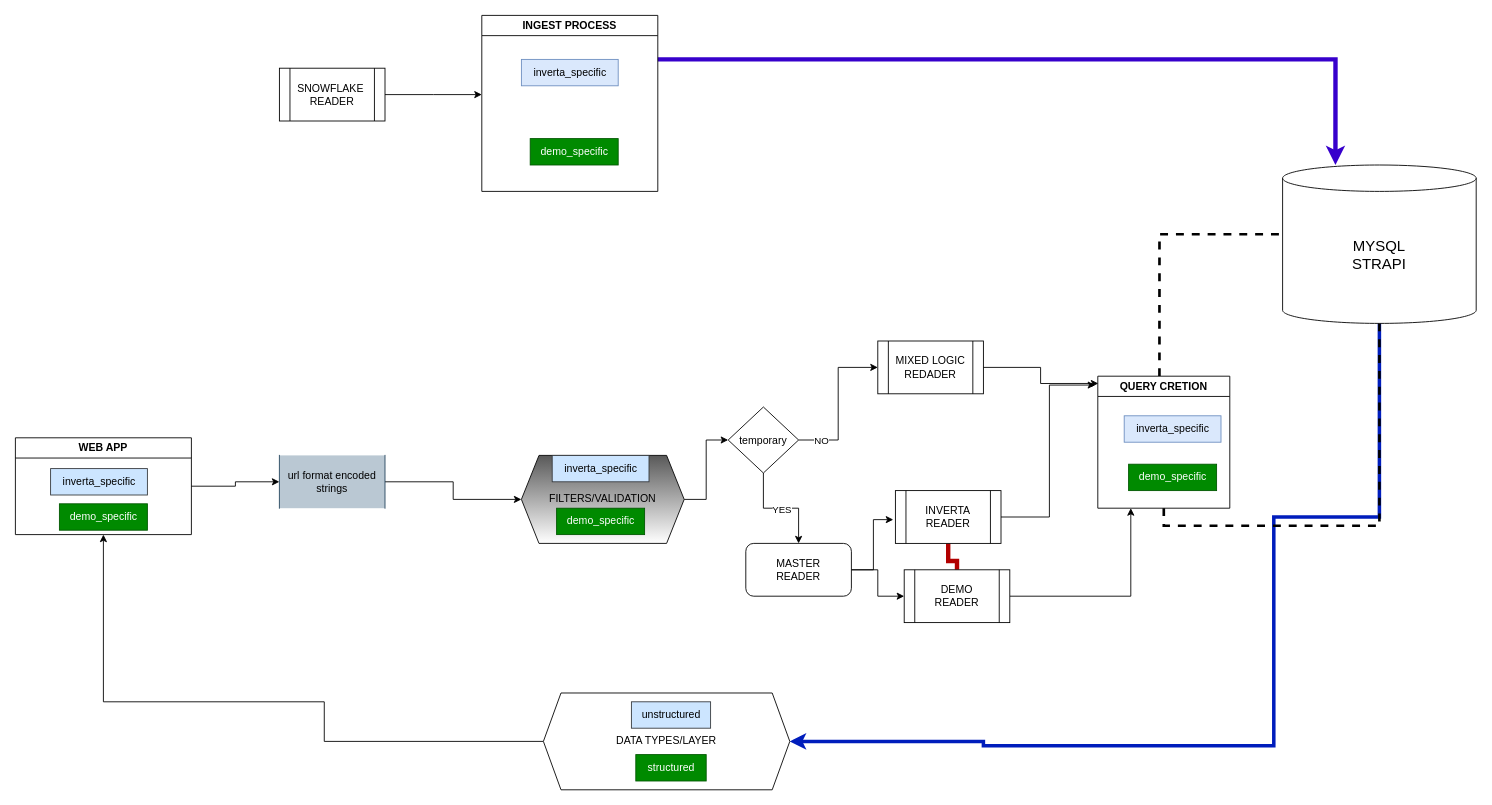
LuciOroles/carbee keeps this draw.io diagram as tmp/client-schemas.drawio. Above is the earlier version. Source tidied: cells renumbered, new cells numbered last; positions are measured from the earlier drawing's top-left corner, leaving out a move shared by most shapes. Both pictures are drawn from the tidied source at 88%, with x=0, y=0 at pixel (15, 15).
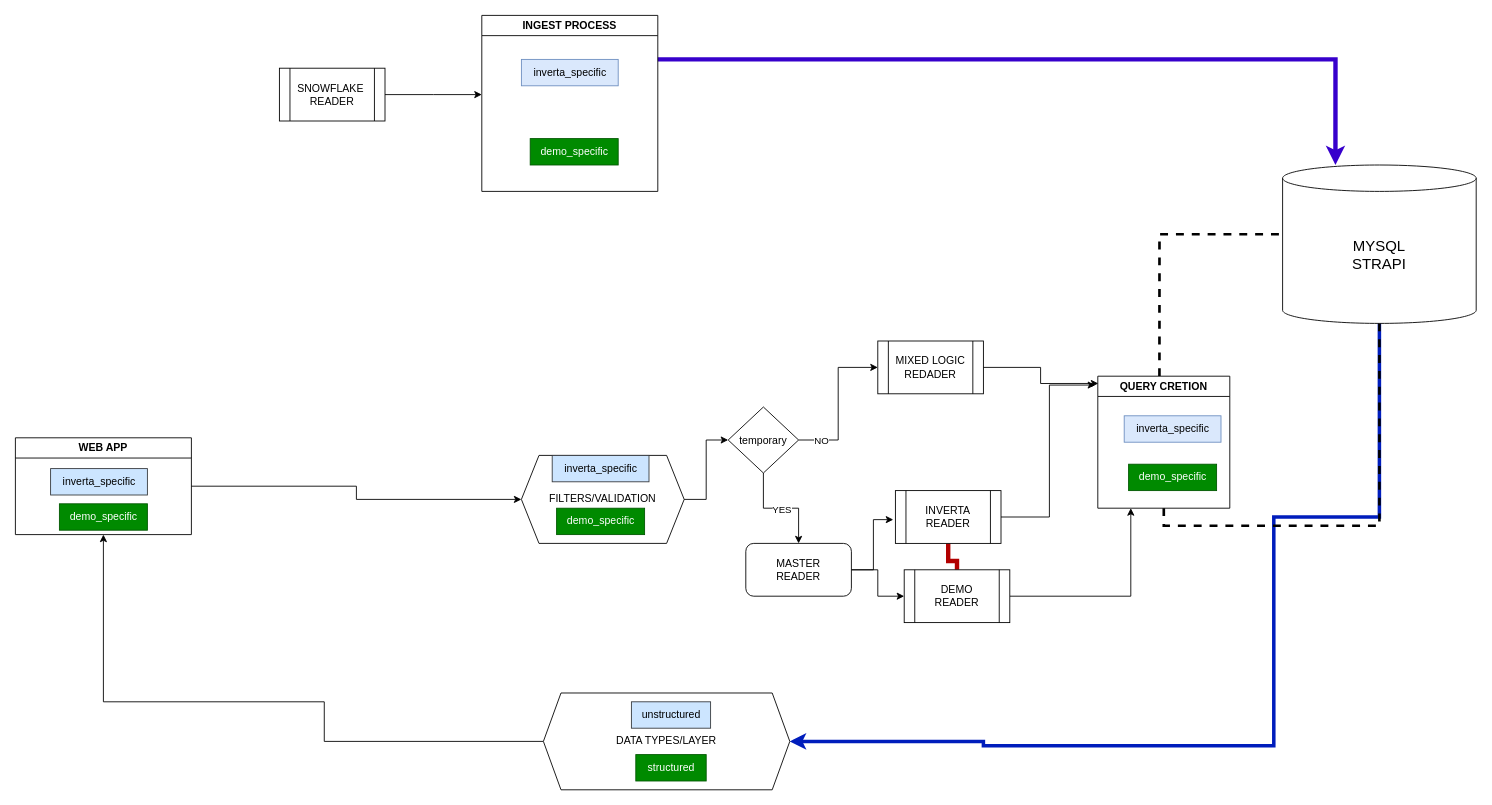
The same diagram, later.

The change refers to these unchanged cells:
```xml
<mxCell id="22" value="WEB APP" style="swimlane;whiteSpace=wrap;html=1;" parent="1" vertex="1">
  <mxGeometry y="480" width="200" height="110" as="geometry" />
</mxCell>
```

Change to the diagram source:
```diff
@@
-    <mxCell id="7" value="FILTERS/VALIDATION" style="shape=hexagon;perimeter=hexagonPerimeter2;whiteSpace=wrap;html=1;fixedSize=1;fillColor=default;gradientColor=#595959;gradientDirection=north;" parent="1" vertex="1">
+    <mxCell id="7" value="FILTERS/VALIDATION" style="shape=hexagon;perimeter=hexagonPerimeter2;whiteSpace=wrap;html=1;fixedSize=1;fillColor=none;gradientColor=#595959;gradientDirection=north;" parent="1" vertex="1">
       <mxGeometry x="575" y="500" width="185" height="100" as="geometry" />
     </mxCell>
@@
-    <mxCell id="21" style="edgeStyle=orthogonalEdgeStyle;rounded=0;jettySize=auto;html=1;entryX=0;entryY=0.5;entryDx=0;entryDy=0;" parent="1" edge="1" source="42" target="7">
+    <mxCell id="21" style="edgeStyle=orthogonalEdgeStyle;rounded=0;jettySize=auto;html=1;entryX=0;entryY=0.5;entryDx=0;entryDy=0;exitX=1;exitY=0.5;exitDx=0;exitDy=0;" parent="1" edge="1" source="22" target="7">
       <mxGeometry relative="1" as="geometry" />
     </mxCell>
@@
-    <mxCell id="41" style="edgeStyle=orthogonalEdgeStyle;rounded=0;jettySize=auto;html=1;entryX=0;entryY=0.5;entryDx=0;entryDy=0;" parent="1" edge="1" source="22" target="42">
-      <mxGeometry relative="1" as="geometry" />
-    </mxCell>
-    <mxCell id="42" value="url format encoded&lt;div&gt;strings&lt;/div&gt;" style="shape=partialRectangle;whiteSpace=wrap;html=1;bottom=0;top=0;fillColor=#bac8d3;strokeColor=#23445d;" parent="1" vertex="1">
-      <mxGeometry x="300" y="500" width="120" height="60" as="geometry" />
-    </mxCell>
```
